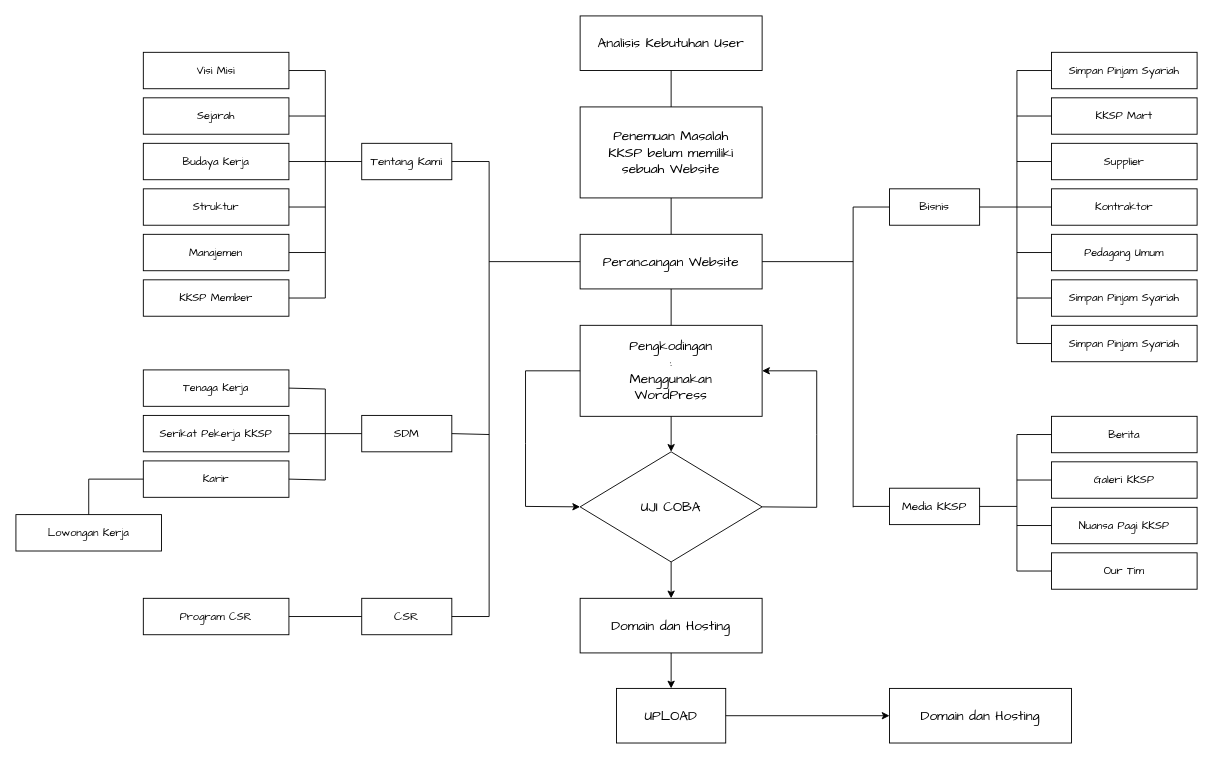
Above: page "Page-3" (3 of 3) of ERD.drawio in Aisyawldr/Fuzzy_Logic (draw.io), before the change. Source tidied: cells renumbered, new cells numbered last; positions are measured from the earlier drawing's top-left corner, leaving out a move shared by most shapes. Both pictures are drawn from the tidied source at 91%, with x=0, y=0 at pixel (15, 15).
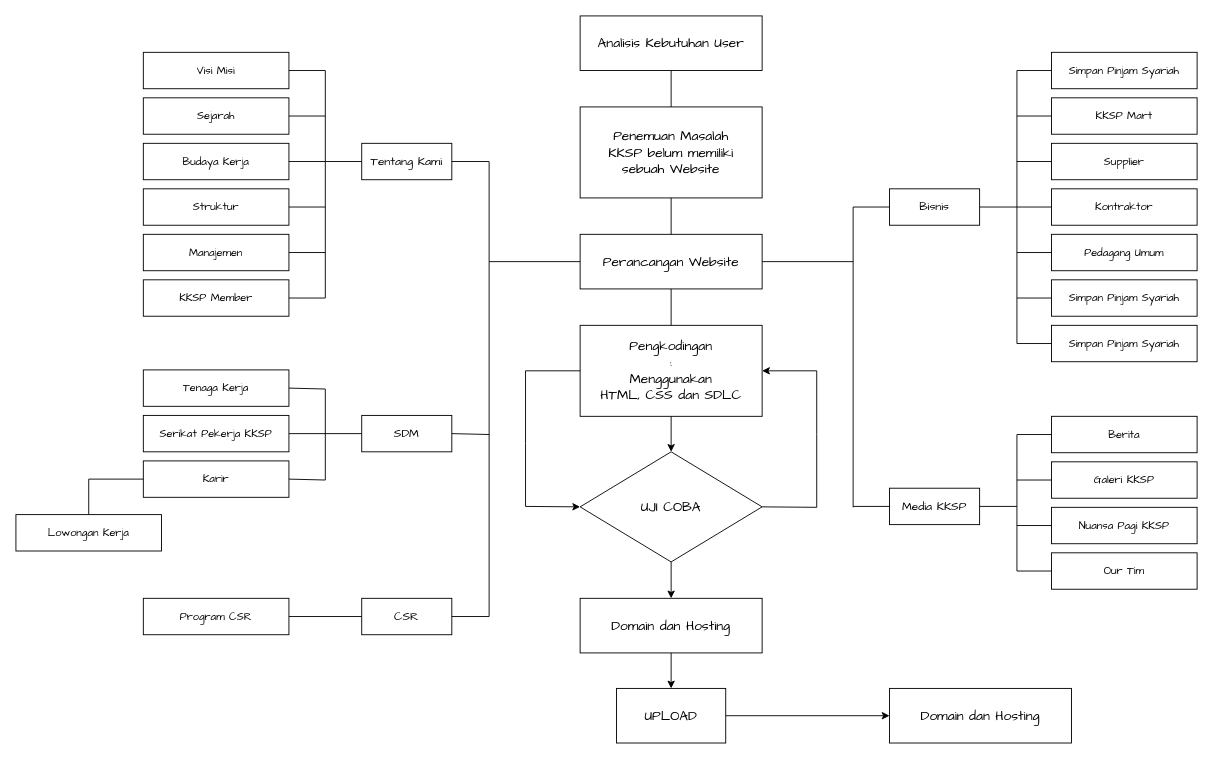
The same page after the edit.

What changed in the source:
```diff
@@
-    <mxCell id="50" value="&lt;font style=&quot;font-size: 15px;&quot; face=&quot;Comic Sans MS&quot;&gt;Pengkodingan&lt;br&gt;:&lt;br&gt;Menggunakan&lt;br&gt;WordPress&lt;br&gt;&lt;/font&gt;" style="text;strokeColor=none;align=center;fillColor=none;html=1;verticalAlign=middle;whiteSpace=wrap;rounded=0;" parent="1" vertex="1">
+    <mxCell id="50" value="&lt;font style=&quot;font-size: 15px;&quot; face=&quot;Comic Sans MS&quot;&gt;Pengkodingan&lt;br&gt;:&lt;br&gt;Menggunakan&lt;br&gt;HTML, CSS dan SDLC&lt;br&gt;&lt;/font&gt;" style="text;strokeColor=none;align=center;fillColor=none;html=1;verticalAlign=middle;whiteSpace=wrap;rounded=0;" parent="1" vertex="1">
       <mxGeometry x="620" y="340" width="200" height="100" as="geometry" />
     </mxCell>
```
